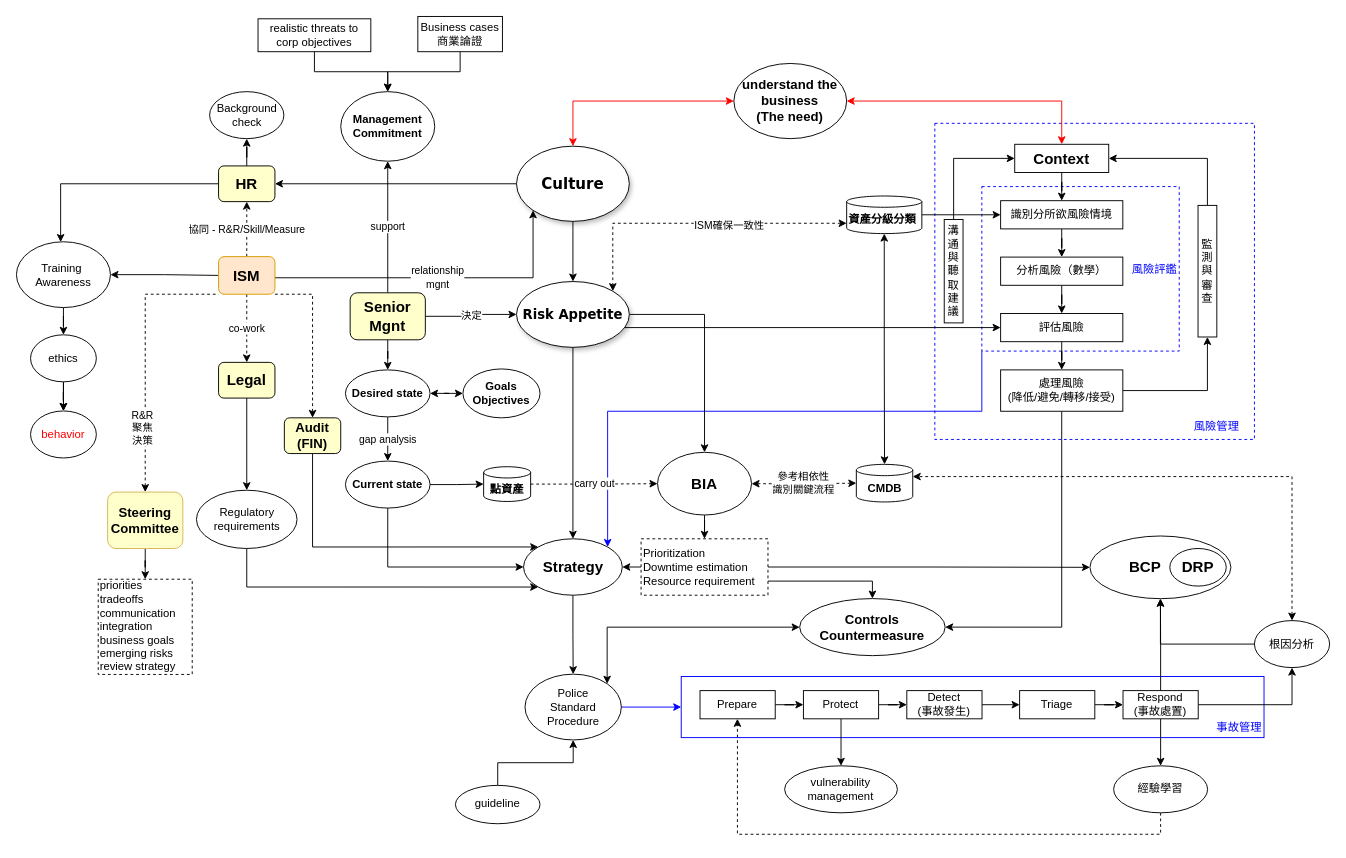
Earlier version of the draw.io diagram Untitled Diagram.drawio (digipenguin/machinelearn-ndu). Source tidied: cells renumbered, new cells numbered last; positions are measured from the earlier drawing's top-left corner, leaving out a move shared by most shapes. Both pictures are drawn from the tidied source at 94%, with x=0, y=0 at pixel (16, 16).
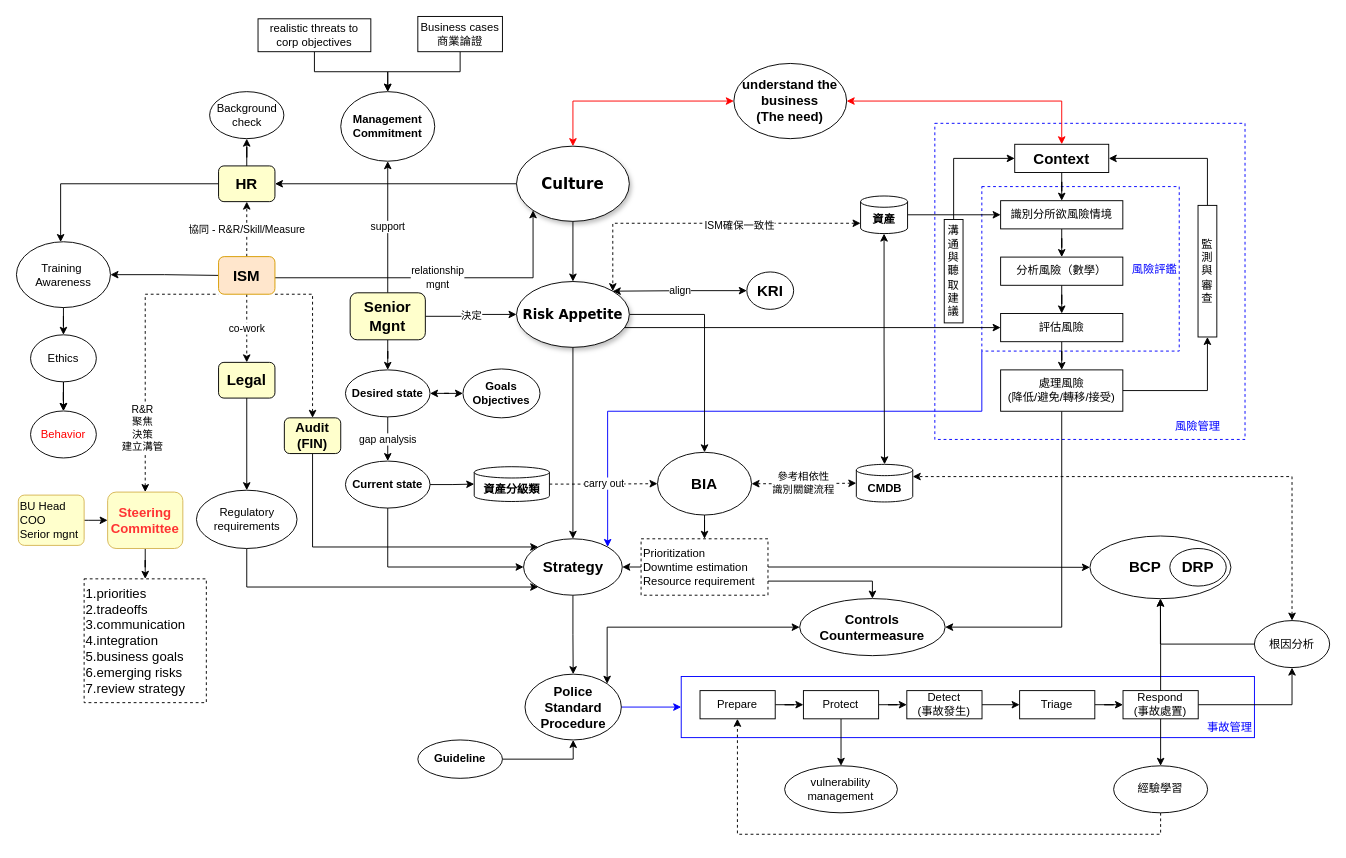
The same diagram, later.

The change refers to these unchanged cells:
```xml
<mxCell id="13" value="&lt;span&gt;&lt;font size=&quot;1&quot;&gt;&lt;b style=&quot;font-size: 14px&quot;&gt;Risk Appetite&lt;/b&gt;&lt;/font&gt;&lt;/span&gt;" style="ellipse;whiteSpace=wrap;html=1;rounded=0;shadow=1;comic=0;labelBackgroundColor=none;strokeWidth=1;fontFamily=Verdana;fontSize=12;align=center;" parent="1" vertex="1">
  <mxGeometry x="532" y="282" width="120" height="70" as="geometry" />
</mxCell>
<mxCell id="111" style="edgeStyle=orthogonalEdgeStyle;rounded=0;jettySize=auto;html=1;entryX=0;entryY=1;entryDx=0;entryDy=0;startArrow=classic;startFill=1;exitX=0.5;exitY=0;exitDx=0;exitDy=0;endArrow=none;endFill=0;dashed=1;" parent="1" edge="1" source="113" target="29">
  <mxGeometry relative="1" as="geometry">
    <Array as="points">
      <mxPoint x="137" y="296" />
    </Array>
  </mxGeometry>
</mxCell>
```

Change to the diagram source:
```diff
@@
     <mxCell id="2" value="&lt;div style=&quot;text-align: justify&quot;&gt;&lt;/div&gt;" style="rounded=0;whiteSpace=wrap;html=1;align=right;strokeColor=#0000FF;dashed=1;" parent="1" vertex="1">
-      <mxGeometry x="977" y="113.7" width="340" height="336.3" as="geometry" />
+      <mxGeometry x="977" y="113.7" width="330" height="336.3" as="geometry" />
     </mxCell>
     <mxCell id="3" value="&lt;div&gt;&lt;span&gt;&lt;font color=&quot;#0000ff&quot;&gt;&lt;br&gt;&lt;/font&gt;&lt;/span&gt;&lt;/div&gt;&lt;div&gt;&lt;span&gt;&lt;font color=&quot;#0000ff&quot;&gt;&lt;br&gt;&lt;/font&gt;&lt;/span&gt;&lt;/div&gt;&lt;div&gt;&lt;span&gt;&lt;font color=&quot;#0000ff&quot;&gt;&lt;br&gt;&lt;/font&gt;&lt;/span&gt;&lt;/div&gt;&lt;div&gt;&lt;span&gt;&lt;font color=&quot;#0000ff&quot;&gt;事故管理&lt;/font&gt;&lt;/span&gt;&lt;/div&gt;" style="rounded=0;whiteSpace=wrap;html=1;fillColor=#FFFFFF;strokeColor=#0000FF;align=right;" parent="1" vertex="1">
-      <mxGeometry x="707.2" y="702.2" width="620" height="65" as="geometry" />
+      <mxGeometry x="707.2" y="702.2" width="609.8" height="65" as="geometry" />
     </mxCell>
@@
-    <mxCell id="17" value="Police&lt;br&gt;Standard&lt;br&gt;Procedure" style="ellipse;whiteSpace=wrap;html=1;" parent="1" vertex="1">
+    <mxCell id="17" value="&lt;b style=&quot;font-size: 14px&quot;&gt;&lt;span&gt;Police&lt;/span&gt;&lt;br&gt;&lt;span&gt;Standard&lt;/span&gt;&lt;br&gt;&lt;span&gt;Procedure&lt;/span&gt;&lt;/b&gt;" style="ellipse;whiteSpace=wrap;html=1;align=center;" parent="1" vertex="1">
       <mxGeometry x="541" y="699.7" width="102.5" height="70" as="geometry" />
     </mxCell>
@@
-    <mxCell id="19" value="&lt;font color=&quot;#ff0000&quot;&gt;behavior&lt;/font&gt;" style="ellipse;whiteSpace=wrap;html=1;" parent="1" vertex="1">
+    <mxCell id="19" value="&lt;font color=&quot;#ff0000&quot;&gt;Behavior&lt;/font&gt;" style="ellipse;whiteSpace=wrap;html=1;" parent="1" vertex="1">
       <mxGeometry x="15" y="419.7" width="70" height="50" as="geometry" />
     </mxCell>
@@
-    <mxCell id="23" value="ethics" style="ellipse;whiteSpace=wrap;html=1;" parent="1" vertex="1">
+    <mxCell id="23" value="Ethics" style="ellipse;whiteSpace=wrap;html=1;" parent="1" vertex="1">
       <mxGeometry x="15" y="338.7" width="70" height="50" as="geometry" />
     </mxCell>
@@
-    <mxCell id="86" value="guideline" style="ellipse;whiteSpace=wrap;html=1;" parent="1" vertex="1">
-      <mxGeometry x="467" y="818" width="90" height="40.8" as="geometry" />
+    <mxCell id="86" value="&lt;b&gt;Guideline&lt;/b&gt;" style="ellipse;whiteSpace=wrap;html=1;" parent="1" vertex="1">
+      <mxGeometry x="427" y="769.7" width="90" height="40.8" as="geometry" />
     </mxCell>
@@
-    <mxCell id="100" value="&lt;b&gt;資產分級分類&amp;nbsp;&lt;/b&gt;" style="shape=cylinder3;whiteSpace=wrap;html=1;boundedLbl=1;backgroundOutline=1;size=6;fillColor=#FFFFFF;" parent="1" vertex="1">
-      <mxGeometry x="883.2" y="191" width="80" height="40" as="geometry" />
+    <mxCell id="100" value="&lt;b&gt;資產&lt;/b&gt;" style="shape=cylinder3;whiteSpace=wrap;html=1;boundedLbl=1;backgroundOutline=1;size=6;fillColor=#FFFFFF;" parent="1" vertex="1">
+      <mxGeometry x="898" y="191" width="50" height="40" as="geometry" />
     </mxCell>
@@
-    <mxCell id="107" value="&lt;font color=&quot;#0000ff&quot;&gt;風險管理&lt;/font&gt;" style="text;html=1;strokeColor=none;fillColor=none;align=center;verticalAlign=middle;whiteSpace=wrap;rounded=0;dashed=1;" parent="1" vertex="1">
-      <mxGeometry x="1247" y="426" width="60.2" height="20" as="geometry" />
+    <mxCell id="107" value="&lt;font color=&quot;#0000ff&quot;&gt;風險管理&lt;/font&gt;" style="text;html=1;strokeColor=none;fillColor=none;align=center;verticalAlign=middle;whiteSpace=wrap;rounded=0;dashed=1;rotation=0;" parent="1" vertex="1">
+      <mxGeometry x="1226.8" y="426" width="60.2" height="20" as="geometry" />
     </mxCell>
@@
-    <mxCell id="112" value="R&amp;amp;R&lt;br&gt;聚焦&lt;br&gt;決策" style="edgeLabel;html=1;align=center;verticalAlign=middle;" parent="111" vertex="1">
+    <mxCell id="112" value="R&amp;amp;R&lt;br&gt;聚焦&lt;br&gt;決策&lt;br&gt;建立溝管" style="edgeLabel;html=1;align=center;verticalAlign=middle;" parent="111" vertex="1">
       <mxGeometry x="-0.52" y="4" relative="1" as="geometry" />
     </mxCell>
+    <mxCell id="119" style="edgeStyle=orthogonalEdgeStyle;rounded=0;jettySize=auto;html=1;startArrow=classic;startFill=1;endArrow=none;endFill=0;" parent="1" edge="1" source="113" target="120">
+      <mxGeometry relative="1" as="geometry" />
+    </mxCell>
-    <mxCell id="113" value="&lt;b style=&quot;font-size: 14px&quot;&gt;Steering&lt;br&gt;Committee&lt;/b&gt;" style="rounded=1;whiteSpace=wrap;html=1;strokeColor=#d6b656;fillColor=#FFFFCC;" parent="1" vertex="1">
+    <mxCell id="113" value="&lt;b style=&quot;font-size: 14px&quot;&gt;&lt;font color=&quot;#ff3333&quot;&gt;Steering&lt;br&gt;Committee&lt;/font&gt;&lt;/b&gt;" style="rounded=1;whiteSpace=wrap;html=1;strokeColor=#d6b656;fillColor=#FFFFCC;" parent="1" vertex="1">
       <mxGeometry x="97" y="506" width="80" height="60" as="geometry" />
     </mxCell>
-    <mxCell id="114" value="priorities&lt;br&gt;tradeoffs&lt;br&gt;communication&amp;nbsp;&lt;br&gt;integration&lt;br&gt;business goals&lt;br&gt;emerging risks&lt;br&gt;review strategy" style="rounded=0;whiteSpace=wrap;html=1;strokeColor=#000000;align=left;dashed=1;" parent="1" vertex="1">
-      <mxGeometry x="87" y="598.7" width="100" height="101.3" as="geometry" />
+    <mxCell id="114" value="&lt;font style=&quot;font-size: 14px&quot;&gt;1.priorities&lt;br&gt;2.tradeoffs&lt;br&gt;3.communication&amp;nbsp;&lt;br&gt;4.integration&lt;br&gt;5.business goals&lt;br&gt;6.emerging risks&lt;br&gt;7.review strategy&lt;/font&gt;" style="rounded=0;whiteSpace=wrap;html=1;strokeColor=#000000;align=left;dashed=1;" parent="1" vertex="1">
+      <mxGeometry x="72" y="598.3" width="130" height="131.7" as="geometry" />
     </mxCell>
@@
-    <mxCell id="118" value="&lt;b&gt;點資產&lt;br&gt;&lt;/b&gt;" style="shape=cylinder3;whiteSpace=wrap;html=1;boundedLbl=1;backgroundOutline=1;size=6;fillColor=#FFFFFF;" parent="1" vertex="1">
-      <mxGeometry x="497" y="479" width="50" height="37" as="geometry" />
+    <mxCell id="118" value="&lt;b&gt;資產分級類&lt;br&gt;&lt;/b&gt;" style="shape=cylinder3;whiteSpace=wrap;html=1;boundedLbl=1;backgroundOutline=1;size=6;fillColor=#FFFFFF;" parent="1" vertex="1">
+      <mxGeometry x="487" y="479" width="80" height="37" as="geometry" />
     </mxCell>
+    <mxCell id="120" value="&lt;blockquote style=&quot;margin: 0 0 0 40px ; border: none ; padding: 0px&quot;&gt;&lt;/blockquote&gt;&lt;span&gt;BU Head&lt;/span&gt;&lt;br&gt;&lt;blockquote style=&quot;margin: 0 0 0 40px ; border: none ; padding: 0px&quot;&gt;&lt;/blockquote&gt;&lt;span&gt;COO&lt;/span&gt;&lt;br&gt;Serior mgnt" style="rounded=1;whiteSpace=wrap;html=1;align=left;arcSize=12;strokeColor=#d6b656;fillColor=#FFFFCC;" parent="1" vertex="1">
+      <mxGeometry x="2" y="509.2" width="70" height="53.5" as="geometry" />
+    </mxCell>
+    <mxCell id="121" value="align" style="edgeStyle=orthogonalEdgeStyle;rounded=0;jettySize=auto;html=1;entryX=1;entryY=0;entryDx=0;entryDy=0;startArrow=classic;startFill=1;endArrow=classic;endFill=1;" parent="1" edge="1" source="122" target="13">
+      <mxGeometry relative="1" as="geometry" />
+    </mxCell>
+    <mxCell id="122" value="&lt;b&gt;&lt;font style=&quot;font-size: 16px&quot;&gt;KRI&lt;/font&gt;&lt;/b&gt;" style="ellipse;whiteSpace=wrap;html=1;fillColor=#FFFFFF;" parent="1" vertex="1">
+      <mxGeometry x="777" y="271.8" width="49.8" height="39.8" as="geometry" />
+    </mxCell>
```
